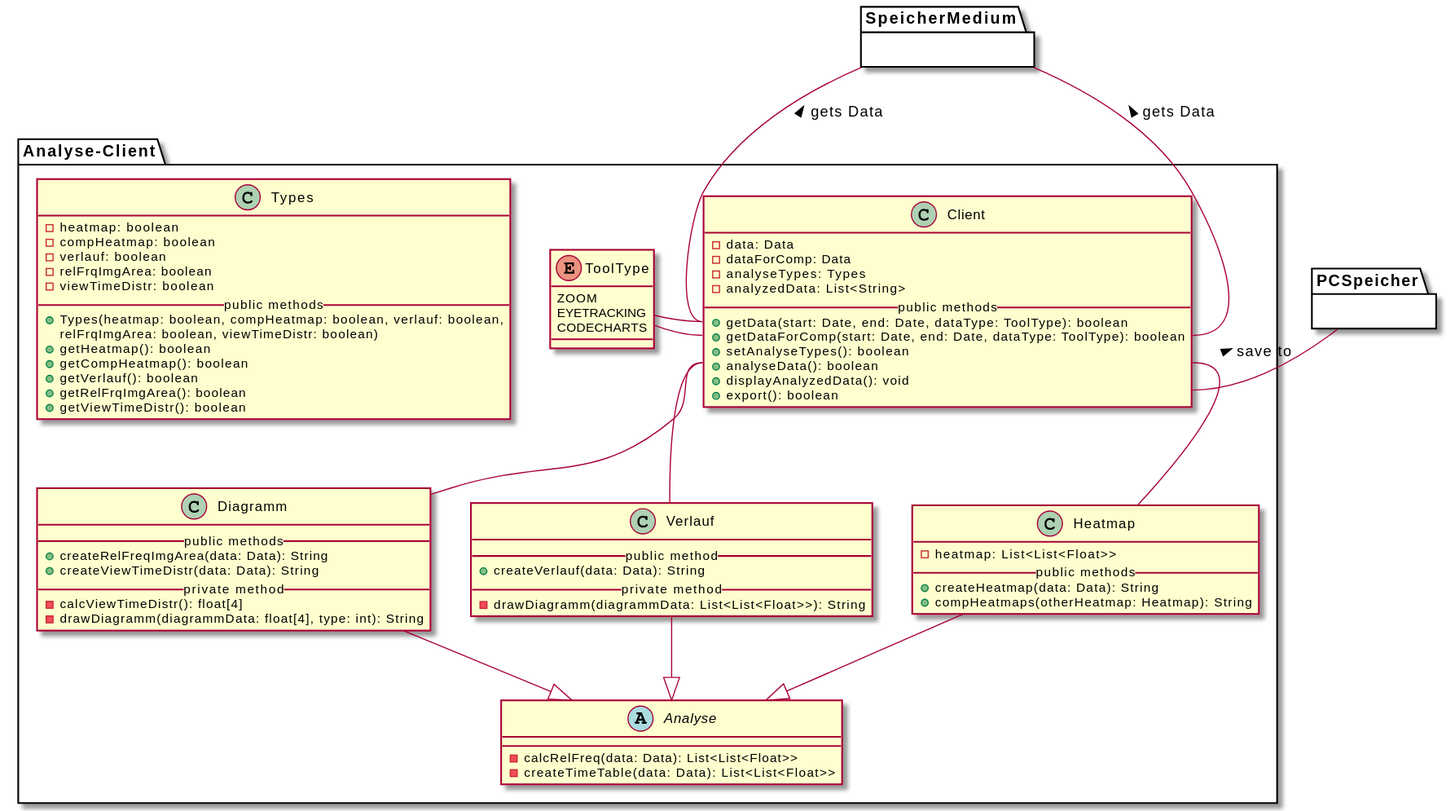
Earlier version of the PlantUML export meilenstein_03/uml-analyse-client/analyseclient.svg (weichware10/meilensteine).
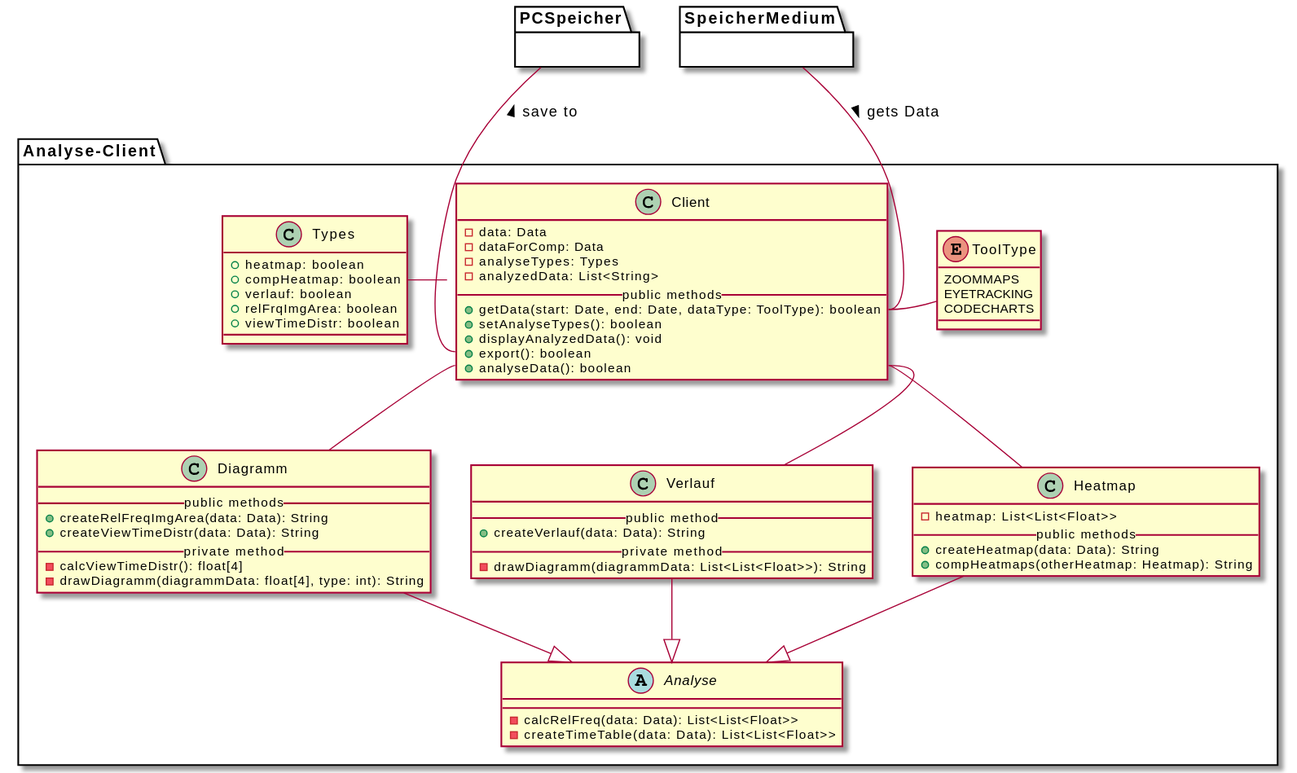
After the change.

Commit message:
Render PlantUML SVGs

The edit, as a diff of the source:
```diff
@@ -8,11 +8,10 @@
     - analyzedData: List<String>
     __public methods__
     + getData(start: Date, end: Date, dataType: ToolType): boolean
-    + getDataForComp(start: Date, end: Date, dataType: ToolType): boolean
     + setAnalyseTypes(): boolean
-    + analyseData(): boolean
     + displayAnalyzedData(): void
     + export(): boolean
+    + analyseData(): boolean
   }
 
   abstract Analyse {
@@ -44,23 +43,15 @@
   }
 
   class Types {
-    - heatmap: boolean
-    - compHeatmap: boolean
-    - verlauf: boolean
-    - relFrqImgArea: boolean
-    - viewTimeDistr: boolean
-    __public methods__
-    + Types(heatmap: boolean, compHeatmap: boolean, verlauf: boolean,
-     relFrqImgArea: boolean, viewTimeDistr: boolean)
-    + getHeatmap(): boolean
-    + getCompHeatmap(): boolean
-    + getVerlauf(): boolean
-    + getRelFrqImgArea(): boolean
-    + getViewTimeDistr(): boolean
+    + heatmap: boolean
+    + compHeatmap: boolean
+    + verlauf: boolean
+    + relFrqImgArea: boolean
+    + viewTimeDistr: boolean
   }
 
   enum ToolType {
-    ZOOM
+    ZOOMMAPS
     EYETRACKING
     CODECHARTS
   }
@@ -69,20 +60,18 @@
   Analyse <|-u- Verlauf
   Analyse <|-u- Diagramm
 
-  Client::getData -l- ToolType
-  Client::getDataForComp -l- ToolType
+  Client::getData -r- ToolType
   Client::analyseData -d- Heatmap
   Client::analyseData -d- Verlauf
   Client::analyseData -d- Diagramm
+  Client -l- Types
 
-  Client::getData -u- SpeicherMedium : > gets Data
-  Client::getDataForComp -u- SpeicherMedium : > gets Data
-  Client::export -r- PCSpeicher : > save to
+  Client::getData -u- SpeicherMedium : < gets Data
+  Client::export -u- PCSpeicher : > save to
 
 }
+
 package SpeicherMedium {}
 
 package PCSpeicher {}
-
-
 @enduml
```
